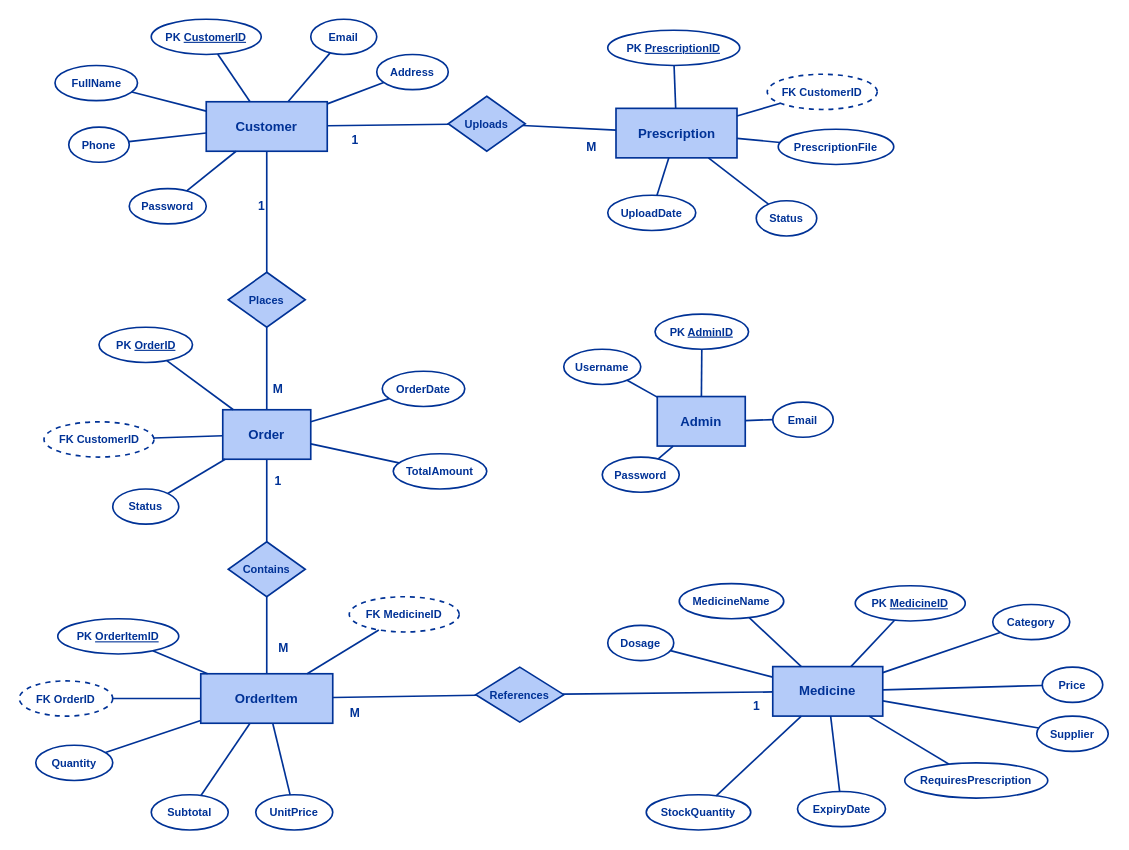
Before: Docs/Diagrams/ER.drawio in MNSBaanu/SmartMed, a draw.io diagram. Source tidied: cells renumbered, new cells numbered last; positions are measured from the earlier drawing's top-left corner, leaving out a move shared by most shapes. Both pictures are drawn from the tidied source at 110%, with x=0, y=0 at pixel (19, 19).
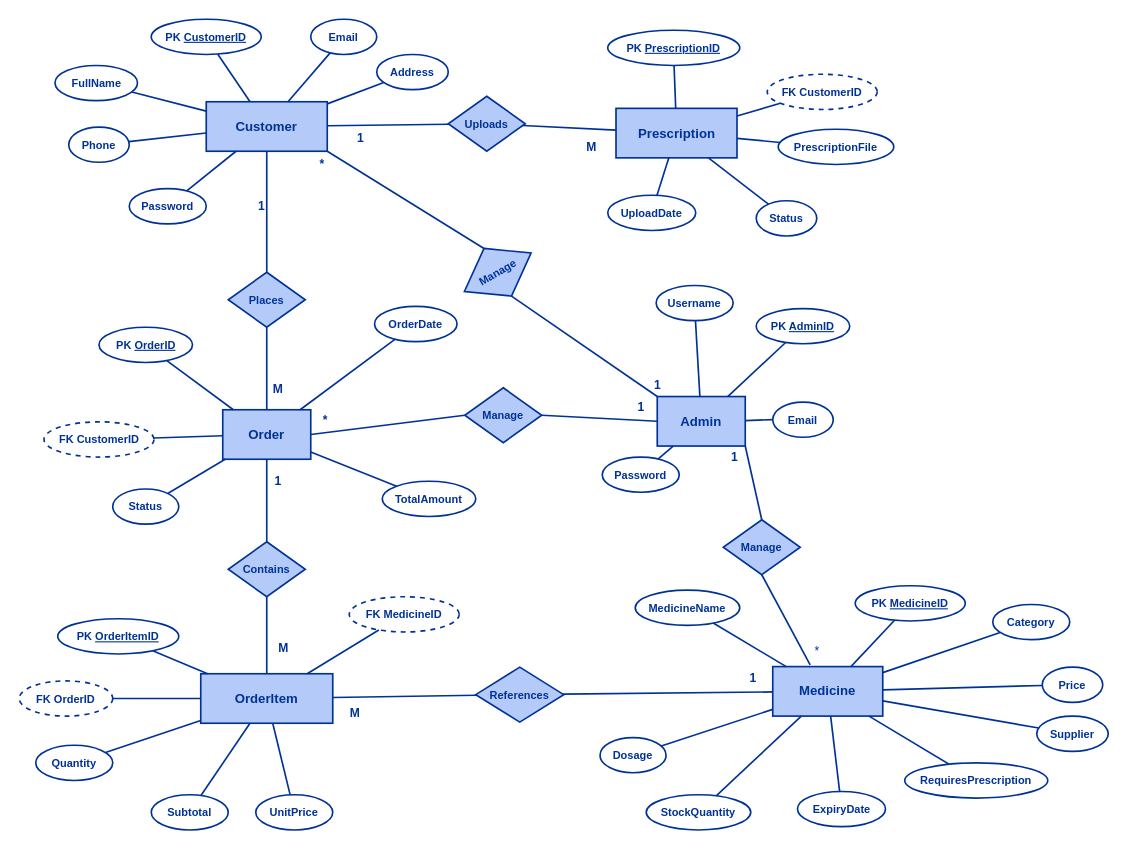
Above is the later version.

The change refers to these unchanged cells:
```xml
<mxCell id="2" value="Customer" style="rounded=0;whiteSpace=wrap;html=1;fillColor=#B4CBF9;strokeColor=#003296;fontColor=#003296;strokeWidth=1.5;fontStyle=1;fontFamily=Helvetica;" parent="1" vertex="1">
  <mxGeometry x="170" y="75" width="110" height="45" as="geometry" />
</mxCell>
<mxCell id="3" value="Order" style="rounded=0;whiteSpace=wrap;html=1;fillColor=#B4CBF9;strokeColor=#003296;fontColor=#003296;strokeWidth=1.5;fontStyle=1;fontFamily=Helvetica;" parent="1" vertex="1">
  <mxGeometry x="185" y="355" width="80" height="45" as="geometry" />
</mxCell>
<mxCell id="89" value="Admin" style="rounded=0;whiteSpace=wrap;html=1;fillColor=#B4CBF9;strokeColor=#003296;fontColor=#003296;strokeWidth=1.5;fontStyle=1;fontFamily=Helvetica;" parent="1" vertex="1">
  <mxGeometry x="580" y="343" width="80" height="45" as="geometry" />
</mxCell>
```

Diff of the diagram source:
```diff
@@
     <mxCell id="15" value="OrderDate" style="ellipse;whiteSpace=wrap;html=1;fillColor=#ffffff;strokeColor=#003296;fontColor=#003296;fontSize=10;strokeWidth=1.5;fontStyle=1;fontFamily=Helvetica;" parent="1" vertex="1">
-      <mxGeometry x="330" y="320" width="75" height="32" as="geometry" />
+      <mxGeometry x="323" y="261" width="75" height="32" as="geometry" />
     </mxCell>
@@
     <mxCell id="17" value="TotalAmount" style="ellipse;whiteSpace=wrap;html=1;fillColor=#ffffff;strokeColor=#003296;fontColor=#003296;fontSize=10;strokeWidth=1.5;fontStyle=1;fontFamily=Helvetica;" parent="1" vertex="1">
-      <mxGeometry x="340" y="395" width="85" height="32" as="geometry" />
+      <mxGeometry x="330" y="420" width="85" height="32" as="geometry" />
     </mxCell>
@@
     <mxCell id="25" value="MedicineName" style="ellipse;whiteSpace=wrap;html=1;fillColor=#ffffff;strokeColor=#003296;fontColor=#003296;fontSize=10;strokeWidth=1.5;fontStyle=1;fontFamily=Helvetica;" parent="1" vertex="1">
-      <mxGeometry x="600" y="513" width="95" height="32" as="geometry" />
+      <mxGeometry x="560" y="519" width="95" height="32" as="geometry" />
     </mxCell>
@@
     <mxCell id="27" value="Dosage" style="ellipse;whiteSpace=wrap;html=1;fillColor=#ffffff;strokeColor=#003296;fontColor=#003296;fontSize=10;strokeWidth=1.5;fontStyle=1;fontFamily=Helvetica;" parent="1" vertex="1">
-      <mxGeometry x="535" y="551" width="60" height="32" as="geometry" />
+      <mxGeometry x="528" y="653" width="60" height="32" as="geometry" />
     </mxCell>
@@
     <mxCell id="46" value="1" style="text;html=1;strokeColor=none;fillColor=none;align=center;verticalAlign=middle;fontColor=#003296;fontStyle=1;fontSize=11;fontFamily=Helvetica;" parent="1" vertex="1">
-      <mxGeometry x="660" y="613.5" width="20" height="20" as="geometry" />
+      <mxGeometry x="657" y="589" width="20" height="20" as="geometry" />
     </mxCell>
@@
     <mxCell id="48" value="1" style="text;html=1;strokeColor=none;fillColor=none;align=center;verticalAlign=middle;fontColor=#003296;fontStyle=1;fontSize=11;fontFamily=Helvetica;" parent="1" vertex="1">
-      <mxGeometry x="295" y="100" width="20" height="20" as="geometry" />
+      <mxGeometry x="300" y="98" width="20" height="20" as="geometry" />
     </mxCell>
@@
     <mxCell id="90" value="PK &lt;u&gt;AdminID&lt;/u&gt;" style="ellipse;whiteSpace=wrap;html=1;fillColor=#ffffff;strokeColor=#003296;fontColor=#003296;fontSize=10;strokeWidth=1.5;fontStyle=1;fontFamily=Helvetica;" parent="1" vertex="1">
-      <mxGeometry x="578" y="268" width="85" height="32" as="geometry" />
+      <mxGeometry x="670" y="263" width="85" height="32" as="geometry" />
     </mxCell>
     <mxCell id="91" value="Username" style="ellipse;whiteSpace=wrap;html=1;fillColor=#ffffff;strokeColor=#003296;fontColor=#003296;fontSize=10;strokeWidth=1.5;fontStyle=1;fontFamily=Helvetica;" parent="1" vertex="1">
-      <mxGeometry x="495" y="300" width="70" height="32" as="geometry" />
+      <mxGeometry x="579" y="242" width="70" height="32" as="geometry" />
     </mxCell>
@@
+    <mxCell id="98" style="endArrow=none;html=1;strokeColor=#003296;strokeWidth=1.5;fontStyle=1;fontFamily=Helvetica;exitX=1;exitY=1;exitDx=0;exitDy=0;entryX=0.5;entryY=0;entryDx=0;entryDy=0;" parent="1" edge="1" source="2" target="99">
+      <mxGeometry relative="1" as="geometry" />
+    </mxCell>
+    <mxCell id="99" value="Manage" style="rhombus;whiteSpace=wrap;html=1;fillColor=#B4CBF9;strokeColor=#003296;fontColor=#003296;fontSize=10;strokeWidth=1.5;fontStyle=1;fontFamily=Helvetica;rotation=-30;" parent="1" vertex="1">
+      <mxGeometry x="400" y="205" width="70" height="50" as="geometry" />
+    </mxCell>
+    <mxCell id="100" style="endArrow=none;html=1;strokeColor=#003296;strokeWidth=1.5;fontStyle=1;fontFamily=Helvetica;exitX=0.5;exitY=1;exitDx=0;exitDy=0;entryX=0;entryY=0;entryDx=0;entryDy=0;" parent="1" edge="1" source="99" target="89">
+      <mxGeometry relative="1" as="geometry" />
+    </mxCell>
+    <mxCell id="101" value="*" style="text;html=1;strokeColor=none;fillColor=none;align=center;verticalAlign=middle;fontColor=#003296;fontStyle=1;fontSize=11;fontFamily=Helvetica;" parent="1" vertex="1">
+      <mxGeometry x="265" y="122" width="20" height="20" as="geometry" />
+    </mxCell>
+    <mxCell id="102" value="1" style="text;html=1;strokeColor=none;fillColor=none;align=center;verticalAlign=middle;fontColor=#003296;fontStyle=1;fontSize=11;fontFamily=Helvetica;" parent="1" vertex="1">
+      <mxGeometry x="570" y="323" width="20" height="20" as="geometry" />
+    </mxCell>
+    <mxCell id="103" value="Manage" style="rhombus;whiteSpace=wrap;html=1;fillColor=#B4CBF9;strokeColor=#003296;fontColor=#003296;fontSize=10;strokeWidth=1.5;fontStyle=1;fontFamily=Helvetica;rotation=0;" parent="1" vertex="1">
+      <mxGeometry x="405" y="335" width="70" height="50" as="geometry" />
+    </mxCell>
+    <mxCell id="104" value="Manage" style="rhombus;whiteSpace=wrap;html=1;fillColor=#B4CBF9;strokeColor=#003296;fontColor=#003296;fontSize=10;strokeWidth=1.5;fontStyle=1;fontFamily=Helvetica;rotation=0;" parent="1" vertex="1">
+      <mxGeometry x="640" y="455" width="70" height="50" as="geometry" />
+    </mxCell>
+    <mxCell id="105" style="endArrow=none;html=1;strokeColor=#003296;strokeWidth=1.5;fontStyle=1;fontFamily=Helvetica;exitX=1;exitY=0.5;exitDx=0;exitDy=0;entryX=0;entryY=0.5;entryDx=0;entryDy=0;" parent="1" edge="1" source="3" target="103">
+      <mxGeometry relative="1" as="geometry" />
+    </mxCell>
+    <mxCell id="106" style="endArrow=none;html=1;strokeColor=#003296;strokeWidth=1.5;fontStyle=1;fontFamily=Helvetica;exitX=1;exitY=0.5;exitDx=0;exitDy=0;entryX=0;entryY=0.5;entryDx=0;entryDy=0;" parent="1" edge="1" source="103" target="89">
+      <mxGeometry relative="1" as="geometry" />
+    </mxCell>
+    <mxCell id="107" style="endArrow=none;html=1;strokeColor=#003296;strokeWidth=1.5;fontStyle=1;fontFamily=Helvetica;entryX=0.5;entryY=0;entryDx=0;entryDy=0;exitX=1;exitY=1;exitDx=0;exitDy=0;" parent="1" edge="1" source="89" target="104">
+      <mxGeometry relative="1" as="geometry" />
+    </mxCell>
+    <mxCell id="108" style="endArrow=none;html=1;strokeColor=#003296;strokeWidth=1.5;fontStyle=1;fontFamily=Helvetica;exitX=0.5;exitY=1;exitDx=0;exitDy=0;" parent="1" edge="1" source="104">
+      <mxGeometry relative="1" as="geometry">
+        <mxPoint x="719" y="587" as="targetPoint" />
+      </mxGeometry>
+    </mxCell>
+    <mxCell id="109" value="1" style="text;html=1;strokeColor=none;fillColor=none;align=center;verticalAlign=middle;fontColor=#003296;fontStyle=1;fontSize=11;fontFamily=Helvetica;" parent="1" vertex="1">
+      <mxGeometry x="555" y="343" width="20" height="20" as="geometry" />
+    </mxCell>
+    <mxCell id="110" value="*" style="text;html=1;strokeColor=none;fillColor=none;align=center;verticalAlign=middle;fontColor=#003296;fontStyle=1;fontSize=11;fontFamily=Helvetica;" parent="1" vertex="1">
+      <mxGeometry x="268" y="354" width="20" height="20" as="geometry" />
+    </mxCell>
+    <mxCell id="111" value="1" style="text;html=1;strokeColor=none;fillColor=none;align=center;verticalAlign=middle;fontColor=#003296;fontStyle=1;fontSize=11;fontFamily=Helvetica;" parent="1" vertex="1">
+      <mxGeometry x="640" y="388" width="20" height="20" as="geometry" />
+    </mxCell>
+    <mxCell id="112" value="&lt;span style=&quot;font-weight: normal;&quot;&gt;*&lt;/span&gt;" style="text;html=1;strokeColor=none;fillColor=none;align=center;verticalAlign=middle;fontColor=#003296;fontStyle=1;fontSize=11;fontFamily=Helvetica;" parent="1" vertex="1">
+      <mxGeometry x="715" y="564" width="20" height="20" as="geometry" />
+    </mxCell>
```
